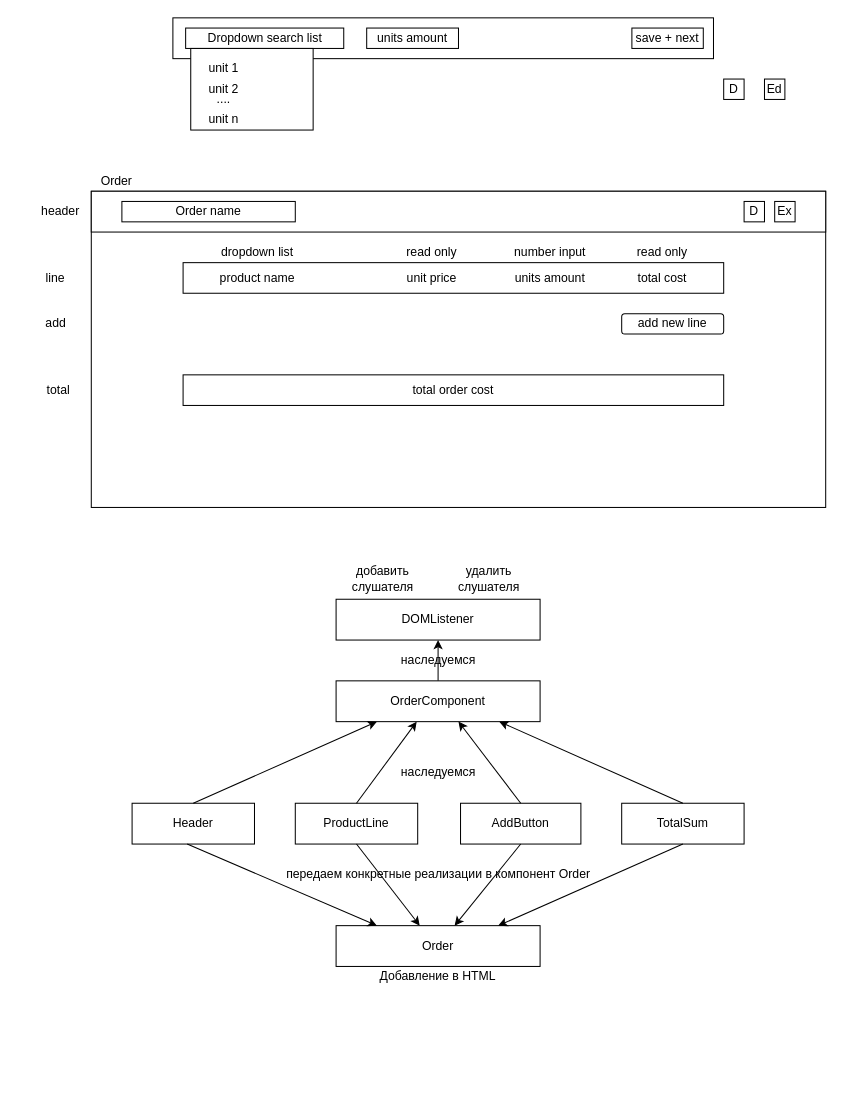
The draw.io diagram CalculatorLayout.drawio in PavelMikh/GoodsCostCalculator, before the edit. Source tidied: cells renumbered, new cells numbered last; positions are measured from the earlier drawing's top-left corner, leaving out a move shared by most shapes. Both pictures are drawn from the tidied source at 102%, with x=0, y=0 at pixel (17, 17).
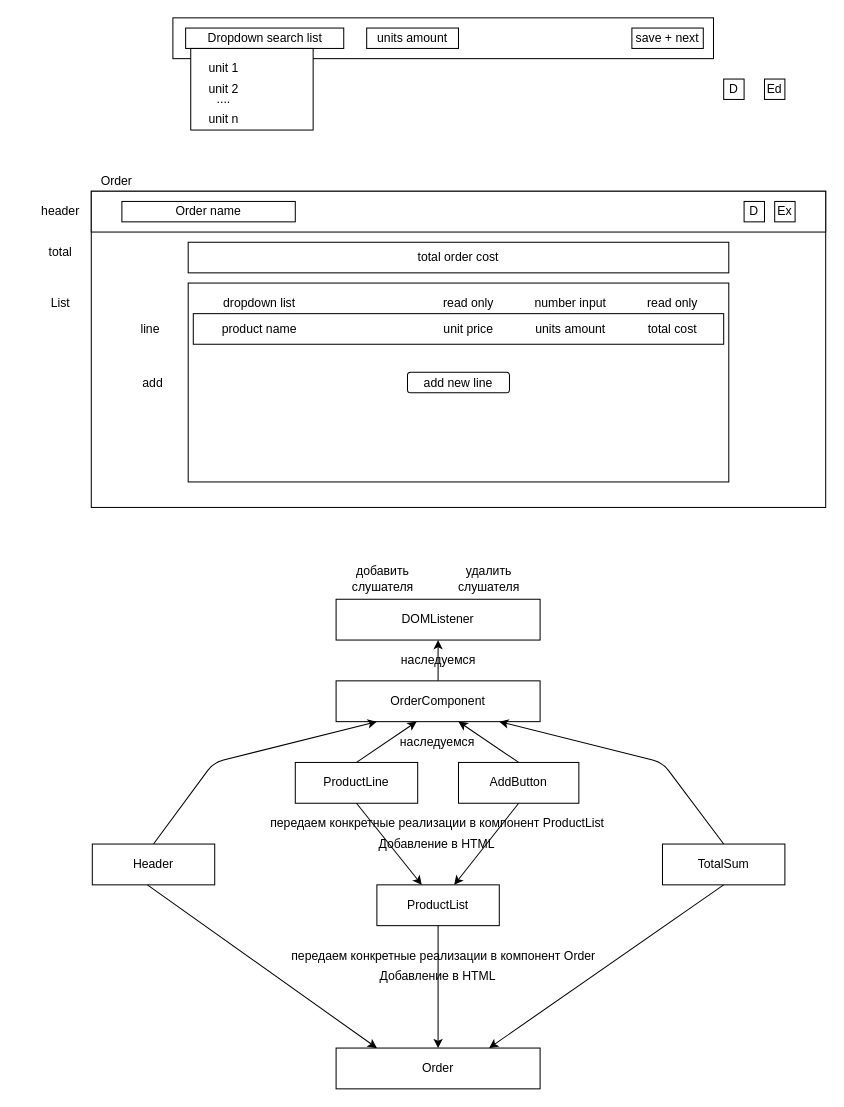
After the change.

What changed in the source:
```diff
@@
-    <mxCell id="9" style="rounded=0;whiteSpace=wrap;html=1;" parent="1" vertex="1">
-      <mxGeometry x="162" y="240" width="530" height="30" as="geometry" />
-    </mxCell>
-    <mxCell id="10" value="product name" style="text;html=1;strokeColor=none;fillColor=none;align=center;verticalAlign=middle;whiteSpace=wrap;rounded=0;" parent="1" vertex="1">
-      <mxGeometry x="179.5" y="245" width="110" height="20" as="geometry" />
-    </mxCell>
-    <mxCell id="11" value="units amount" style="text;html=1;strokeColor=none;fillColor=none;align=center;verticalAlign=middle;whiteSpace=wrap;rounded=0;" parent="1" vertex="1">
-      <mxGeometry x="472" y="245" width="100" height="20" as="geometry" />
-    </mxCell>
-    <mxCell id="12" value="unit price" style="text;html=1;strokeColor=none;fillColor=none;align=center;verticalAlign=middle;whiteSpace=wrap;rounded=0;" parent="1" vertex="1">
-      <mxGeometry x="356" y="245" width="100" height="20" as="geometry" />
-    </mxCell>
-    <mxCell id="13" value="total cost" style="text;html=1;strokeColor=none;fillColor=none;align=center;verticalAlign=middle;whiteSpace=wrap;rounded=0;" parent="1" vertex="1">
-      <mxGeometry x="582" y="245" width="100" height="20" as="geometry" />
-    </mxCell>
@@
     <mxCell id="16" value="line" style="text;html=1;strokeColor=none;fillColor=none;align=center;verticalAlign=middle;whiteSpace=wrap;rounded=0;" parent="1" vertex="1">
-      <mxGeometry x="2" y="245" width="70" height="20" as="geometry" />
+      <mxGeometry x="94.5" y="295" width="70" height="20" as="geometry" />
     </mxCell>
@@
-    <mxCell id="27" value="dropdown list" style="text;html=1;strokeColor=none;fillColor=none;align=center;verticalAlign=middle;whiteSpace=wrap;rounded=0;" parent="1" vertex="1">
-      <mxGeometry x="190.5" y="220" width="88" height="20" as="geometry" />
-    </mxCell>
-    <mxCell id="28" value="read only" style="text;html=1;strokeColor=none;fillColor=none;align=center;verticalAlign=middle;whiteSpace=wrap;rounded=0;" parent="1" vertex="1">
-      <mxGeometry x="378" y="220" width="56" height="20" as="geometry" />
-    </mxCell>
-    <mxCell id="29" value="read only" style="text;html=1;strokeColor=none;fillColor=none;align=center;verticalAlign=middle;whiteSpace=wrap;rounded=0;" parent="1" vertex="1">
-      <mxGeometry x="602" y="220" width="60" height="20" as="geometry" />
-    </mxCell>
-    <mxCell id="30" value="number input" style="text;html=1;strokeColor=none;fillColor=none;align=center;verticalAlign=middle;whiteSpace=wrap;rounded=0;" parent="1" vertex="1">
-      <mxGeometry x="482" y="220" width="80" height="20" as="geometry" />
-    </mxCell>
-    <mxCell id="31" value="add new line" style="rounded=1;whiteSpace=wrap;html=1;" parent="1" vertex="1">
-      <mxGeometry x="592" y="290" width="100" height="20" as="geometry" />
-    </mxCell>
     <mxCell id="32" value="total order cost" style="rounded=0;whiteSpace=wrap;html=1;" parent="1" vertex="1">
-      <mxGeometry x="162" y="350" width="530" height="30" as="geometry" />
+      <mxGeometry x="167" y="220" width="530" height="30" as="geometry" />
     </mxCell>
     <mxCell id="33" value="add" style="text;html=1;strokeColor=none;fillColor=none;align=center;verticalAlign=middle;whiteSpace=wrap;rounded=0;" parent="1" vertex="1">
-      <mxGeometry x="-0.5" y="290" width="75" height="20" as="geometry" />
+      <mxGeometry x="94.5" y="347.5" width="75" height="20" as="geometry" />
     </mxCell>
     <mxCell id="34" value="total" style="text;html=1;strokeColor=none;fillColor=none;align=center;verticalAlign=middle;whiteSpace=wrap;rounded=0;" parent="1" vertex="1">
-      <mxGeometry x="4.5" y="355" width="70" height="20" as="geometry" />
+      <mxGeometry x="7" y="220" width="70" height="20" as="geometry" />
     </mxCell>
@@
     <mxCell id="38" value="Header" style="rounded=0;whiteSpace=wrap;html=1;" parent="1" vertex="1">
-      <mxGeometry x="112" y="770" width="120" height="40" as="geometry" />
+      <mxGeometry x="73" y="810" width="120" height="40" as="geometry" />
     </mxCell>
-    <mxCell id="39" value="ProductLine" style="rounded=0;whiteSpace=wrap;html=1;" parent="1" vertex="1">
-      <mxGeometry x="272" y="770" width="120" height="40" as="geometry" />
+    <mxCell id="39" value="ProductList" style="rounded=0;whiteSpace=wrap;html=1;" parent="1" vertex="1">
+      <mxGeometry x="352" y="850" width="120" height="40" as="geometry" />
     </mxCell>
     <mxCell id="40" value="AddButton" style="rounded=0;whiteSpace=wrap;html=1;" parent="1" vertex="1">
-      <mxGeometry x="434" y="770" width="118" height="40" as="geometry" />
+      <mxGeometry x="432" y="730" width="118" height="40" as="geometry" />
     </mxCell>
     <mxCell id="41" value="TotalSum" style="rounded=0;whiteSpace=wrap;html=1;" parent="1" vertex="1">
-      <mxGeometry x="592" y="770" width="120" height="40" as="geometry" />
+      <mxGeometry x="632" y="810" width="120" height="40" as="geometry" />
     </mxCell>
     <mxCell id="42" style="endArrow=classic;html=1;exitX=0.5;exitY=0;exitDx=0;exitDy=0;" parent="1" edge="1" source="38">
       <mxGeometry relative="1" as="geometry">
         <mxPoint x="352" y="690" as="targetPoint" />
+        <Array as="points">
+          <mxPoint x="192" y="730" />
+        </Array>
       </mxGeometry>
     </mxCell>
-    <mxCell id="43" style="endArrow=classic;html=1;exitX=0.5;exitY=0;exitDx=0;exitDy=0;" parent="1" edge="1" source="39">
+    <mxCell id="43" style="endArrow=classic;html=1;exitX=0.5;exitY=0;exitDx=0;exitDy=0;" parent="1" edge="1" source="57">
       <mxGeometry relative="1" as="geometry">
         <mxPoint x="391" y="690" as="targetPoint" />
       </mxGeometry>
     </mxCell>
@@
     <mxCell id="45" style="endArrow=classic;html=1;exitX=0.5;exitY=0;exitDx=0;exitDy=0;" parent="1" edge="1" source="41">
       <mxGeometry relative="1" as="geometry">
         <mxPoint x="472" y="690" as="targetPoint" />
+        <Array as="points">
+          <mxPoint x="632" y="730" />
+        </Array>
       </mxGeometry>
     </mxCell>
     <mxCell id="46" value="Order" style="rounded=0;whiteSpace=wrap;html=1;" parent="1" vertex="1">
-      <mxGeometry x="312" y="890" width="200" height="40" as="geometry" />
+      <mxGeometry x="312" y="1010" width="200" height="40" as="geometry" />
     </mxCell>
@@
-    <mxCell id="48" style="endArrow=classic;html=1;exitX=0.5;exitY=1;exitDx=0;exitDy=0;entryX=0.41;entryY=0;entryDx=0;entryDy=0;entryPerimeter=0;" parent="1" edge="1" source="39" target="46">
-      <mxGeometry relative="1" as="geometry" />
-    </mxCell>
-    <mxCell id="49" style="endArrow=classic;html=1;exitX=0.5;exitY=1;exitDx=0;exitDy=0;" parent="1" edge="1" source="40" target="46">
+    <mxCell id="49" style="endArrow=classic;html=1;exitX=0.5;exitY=1;exitDx=0;exitDy=0;" parent="1" edge="1" source="40" target="39">
       <mxGeometry relative="1" as="geometry" />
     </mxCell>
-    <mxCell id="50" style="endArrow=classic;html=1;exitX=0.5;exitY=1;exitDx=0;exitDy=0;" parent="1" edge="1" source="41">
-      <mxGeometry relative="1" as="geometry">
-        <mxPoint x="471" y="890" as="targetPoint" />
-      </mxGeometry>
+    <mxCell id="50" style="endArrow=classic;html=1;exitX=0.5;exitY=1;exitDx=0;exitDy=0;entryX=0.75;entryY=0;entryDx=0;entryDy=0;" parent="1" edge="1" source="41" target="46">
+      <mxGeometry relative="1" as="geometry" />
     </mxCell>
@@
     <mxCell id="55" value="наследуемся" style="text;html=1;align=center;verticalAlign=middle;" parent="1" vertex="1">
-      <mxGeometry x="367" y="730" width="90" height="20" as="geometry" />
+      <mxGeometry x="366" y="700" width="90" height="20" as="geometry" />
     </mxCell>
+    <mxCell id="57" value="ProductLine" style="rounded=0;whiteSpace=wrap;html=1;" parent="1" vertex="1">
+      <mxGeometry x="272" y="730" width="120" height="40" as="geometry" />
+    </mxCell>
+    <mxCell id="58" style="endArrow=classic;html=1;exitX=0.5;exitY=1;exitDx=0;exitDy=0;" parent="1" edge="1" source="57" target="39">
+      <mxGeometry relative="1" as="geometry" />
+    </mxCell>
+    <mxCell id="59" value="передаем конкретные реализации в компонент ProductList" style="text;html=1;align=center;verticalAlign=middle;" parent="1" vertex="1">
+      <mxGeometry x="241" y="780" width="340" height="20" as="geometry" />
+    </mxCell>
+    <mxCell id="60" value="Добавление в HTML" style="text;html=1;strokeColor=none;fillColor=none;align=center;verticalAlign=middle;whiteSpace=wrap;rounded=0;" parent="1" vertex="1">
+      <mxGeometry x="351" y="790" width="120" height="40" as="geometry" />
+    </mxCell>
     <mxCell id="56" value="передаем конкретные реализации в компонент Order" style="text;html=1;align=center;verticalAlign=middle;" parent="1" vertex="1">
-      <mxGeometry x="257" y="830" width="310" height="20" as="geometry" />
+      <mxGeometry x="262" y="910" width="310" height="20" as="geometry" />
     </mxCell>
+    <mxCell id="48" style="endArrow=classic;html=1;exitX=0.5;exitY=1;exitDx=0;exitDy=0;entryX=0.5;entryY=0;entryDx=0;entryDy=0;" parent="1" edge="1" source="39" target="46">
+      <mxGeometry relative="1" as="geometry" />
+    </mxCell>
+    <mxCell id="61" style="rounded=0;whiteSpace=wrap;html=1;" parent="1" vertex="1">
+      <mxGeometry x="167" y="260" width="530" height="195" as="geometry" />
+    </mxCell>
+    <mxCell id="62" value="List" style="text;html=1;strokeColor=none;fillColor=none;align=center;verticalAlign=middle;whiteSpace=wrap;rounded=0;" parent="1" vertex="1">
+      <mxGeometry x="22" y="270" width="40" height="20" as="geometry" />
+    </mxCell>
+    <mxCell id="9" style="rounded=0;whiteSpace=wrap;html=1;" parent="1" vertex="1">
+      <mxGeometry x="172" y="290" width="520" height="30" as="geometry" />
+    </mxCell>
+    <mxCell id="10" value="product name" style="text;html=1;strokeColor=none;fillColor=none;align=center;verticalAlign=middle;whiteSpace=wrap;rounded=0;" parent="1" vertex="1">
+      <mxGeometry x="182" y="295" width="110" height="20" as="geometry" />
+    </mxCell>
+    <mxCell id="11" value="units amount" style="text;html=1;strokeColor=none;fillColor=none;align=center;verticalAlign=middle;whiteSpace=wrap;rounded=0;" parent="1" vertex="1">
+      <mxGeometry x="492" y="295" width="100" height="20" as="geometry" />
+    </mxCell>
+    <mxCell id="12" value="unit price" style="text;html=1;strokeColor=none;fillColor=none;align=center;verticalAlign=middle;whiteSpace=wrap;rounded=0;" parent="1" vertex="1">
+      <mxGeometry x="392" y="295" width="100" height="20" as="geometry" />
+    </mxCell>
+    <mxCell id="13" value="total cost" style="text;html=1;strokeColor=none;fillColor=none;align=center;verticalAlign=middle;whiteSpace=wrap;rounded=0;" parent="1" vertex="1">
+      <mxGeometry x="592" y="295" width="100" height="20" as="geometry" />
+    </mxCell>
+    <mxCell id="27" value="dropdown list" style="text;html=1;strokeColor=none;fillColor=none;align=center;verticalAlign=middle;whiteSpace=wrap;rounded=0;" parent="1" vertex="1">
+      <mxGeometry x="193" y="270" width="88" height="20" as="geometry" />
+    </mxCell>
+    <mxCell id="28" value="read only" style="text;html=1;strokeColor=none;fillColor=none;align=center;verticalAlign=middle;whiteSpace=wrap;rounded=0;" parent="1" vertex="1">
+      <mxGeometry x="414" y="270" width="56" height="20" as="geometry" />
+    </mxCell>
+    <mxCell id="29" value="read only" style="text;html=1;strokeColor=none;fillColor=none;align=center;verticalAlign=middle;whiteSpace=wrap;rounded=0;" parent="1" vertex="1">
+      <mxGeometry x="612" y="270" width="60" height="20" as="geometry" />
+    </mxCell>
+    <mxCell id="30" value="number input" style="text;html=1;strokeColor=none;fillColor=none;align=center;verticalAlign=middle;whiteSpace=wrap;rounded=0;" parent="1" vertex="1">
+      <mxGeometry x="502" y="270" width="80" height="20" as="geometry" />
+    </mxCell>
+    <mxCell id="31" value="add new line" style="rounded=1;whiteSpace=wrap;html=1;" parent="1" vertex="1">
+      <mxGeometry x="382" y="347.5" width="100" height="20" as="geometry" />
+    </mxCell>
```
